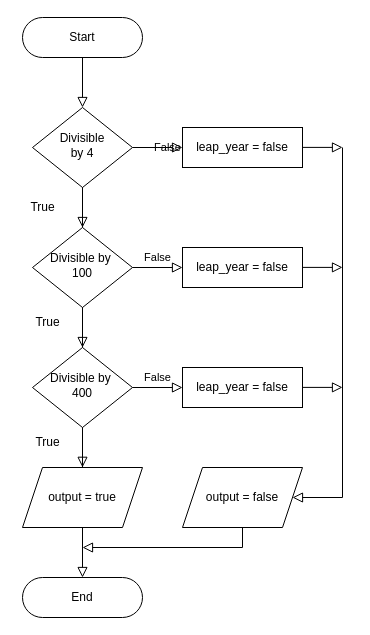
This is Untitled Diagram.drawio from rkarumba/rkarumba, a draw.io file, before an edit. Source tidied: cells renumbered, new cells numbered last; positions are measured from the earlier drawing's top-left corner, leaving out a move shared by most shapes. Both pictures are drawn from the tidied source at 100%, with x=0, y=0 at pixel (17, 17).
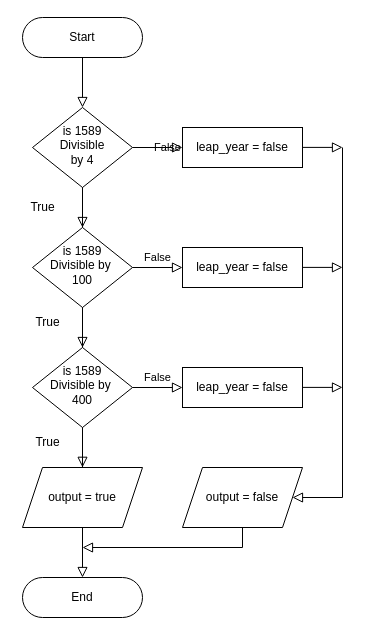
The same page after the edit.

Commit message:
Leap Year Flowchart

The edit, as a diff of the source:
```diff
@@
-    <mxCell id="5" value="Divisible&lt;br&gt;by 4" style="rhombus;whiteSpace=wrap;html=1;shadow=0;fontFamily=Helvetica;fontSize=12;align=center;strokeWidth=1;spacing=6;spacingTop=-4;" parent="1" vertex="1">
+    <mxCell id="5" value="is 1589&lt;br&gt;Divisible&lt;br&gt;by 4" style="rhombus;whiteSpace=wrap;html=1;shadow=0;fontFamily=Helvetica;fontSize=12;align=center;strokeWidth=1;spacing=6;spacingTop=-4;" parent="1" vertex="1">
       <mxGeometry x="15" y="90" width="100" height="80" as="geometry" />
     </mxCell>
@@
-    <mxCell id="7" value="Divisible by&amp;nbsp;&lt;br&gt;100" style="rhombus;whiteSpace=wrap;html=1;shadow=0;fontFamily=Helvetica;fontSize=12;align=center;strokeWidth=1;spacing=6;spacingTop=-4;" parent="1" vertex="1">
+    <mxCell id="7" value="is 1589&lt;br&gt;Divisible by&amp;nbsp;&lt;br&gt;100" style="rhombus;whiteSpace=wrap;html=1;shadow=0;fontFamily=Helvetica;fontSize=12;align=center;strokeWidth=1;spacing=6;spacingTop=-4;" parent="1" vertex="1">
       <mxGeometry x="15" y="210" width="100" height="80" as="geometry" />
     </mxCell>
@@
-    <mxCell id="10" value="Divisible by&amp;nbsp;&lt;br&gt;400" style="rhombus;whiteSpace=wrap;html=1;shadow=0;fontFamily=Helvetica;fontSize=12;align=center;strokeWidth=1;spacing=6;spacingTop=-4;" parent="1" vertex="1">
+    <mxCell id="10" value="is 1589&lt;br&gt;Divisible by&amp;nbsp;&lt;br&gt;400" style="rhombus;whiteSpace=wrap;html=1;shadow=0;fontFamily=Helvetica;fontSize=12;align=center;strokeWidth=1;spacing=6;spacingTop=-4;" parent="1" vertex="1">
       <mxGeometry x="15" y="330" width="100" height="80" as="geometry" />
     </mxCell>
```
